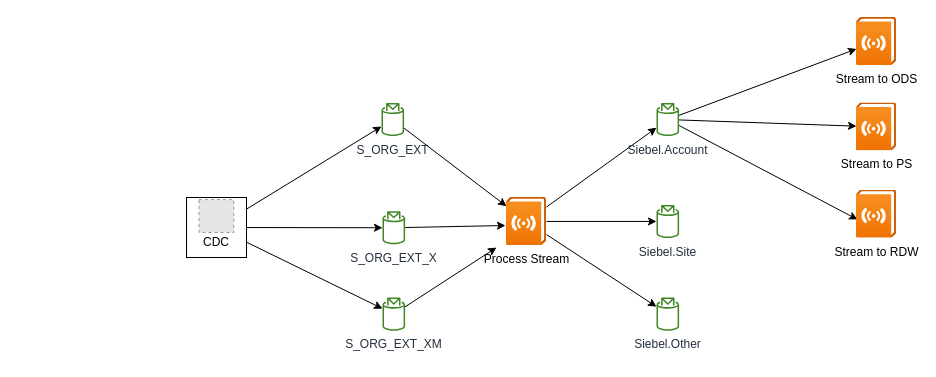
The draw.io diagram page "Page-1" (1 of 2) of kafka-realtime.drawio in leodwx/diagrams, before the edit. Source tidied: cells renumbered, new cells numbered last; positions are measured from the earlier drawing's top-left corner, leaving out a move shared by most shapes. Both pictures are drawn from the tidied source at 100%, with x=0, y=0 at pixel (186, 17). Pictures stored in the file or linked from it are replaced by grey dashed boxes.
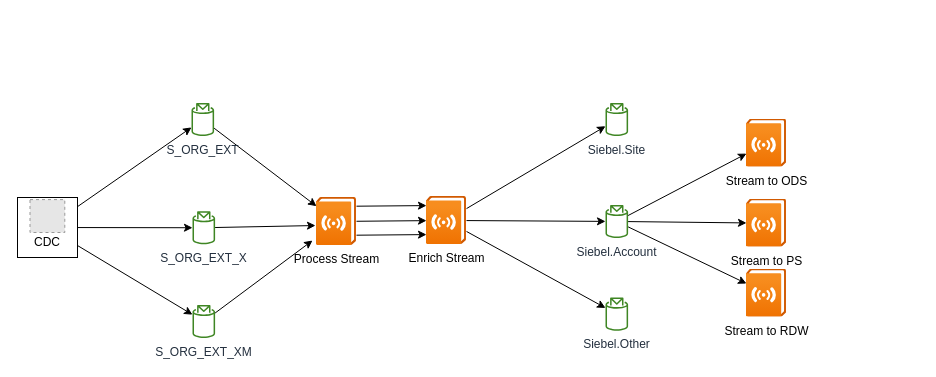
Above is the later version.

What changed in the source:
```diff
@@
-    <mxCell id="2" style="rounded=0;jettySize=auto;html=1;" parent="1" edge="1" source="5" target="9">
-      <mxGeometry relative="1" as="geometry" />
-    </mxCell>
-    <mxCell id="3" style="rounded=0;jettySize=auto;html=1;" parent="1" edge="1" source="5" target="10">
-      <mxGeometry relative="1" as="geometry" />
-    </mxCell>
-    <mxCell id="4" style="edgeStyle=none;rounded=0;jettySize=auto;html=1;" parent="1" edge="1" source="5" target="11">
-      <mxGeometry relative="1" as="geometry" />
-    </mxCell>
+    <mxCell id="27" style="edgeStyle=none;rounded=0;orthogonalLoop=1;jettySize=auto;html=1;" parent="1" edge="1">
+      <mxGeometry relative="1" as="geometry">
+        <mxPoint x="170" y="188.7" as="sourcePoint" />
+        <mxPoint x="240" y="188.1" as="targetPoint" />
+      </mxGeometry>
+    </mxCell>
+    <mxCell id="28" style="edgeStyle=none;rounded=0;orthogonalLoop=1;jettySize=auto;html=1;" parent="1" edge="1">
+      <mxGeometry relative="1" as="geometry">
+        <mxPoint x="170" y="217.7" as="sourcePoint" />
+        <mxPoint x="240" y="217.1" as="targetPoint" />
+      </mxGeometry>
+    </mxCell>
+    <mxCell id="29" style="edgeStyle=none;rounded=0;jettySize=auto;html=1;" parent="1" edge="1" source="5" target="36">
+      <mxGeometry relative="1" as="geometry" />
+    </mxCell>
     <mxCell id="5" value="Process Stream" style="html=1;points=[];align=center;image;fontSize=12;image=img/lib/azure2/general/Log_Streaming.svg;" parent="1" vertex="1">
-      <mxGeometry x="320" y="180" width="40" height="47.9" as="geometry" />
+      <mxGeometry x="130" y="180" width="40" height="47.9" as="geometry" />
     </mxCell>
-    <mxCell id="6" style="edgeStyle=none;rounded=0;jettySize=auto;html=1;" parent="1" edge="1" source="9" target="24">
-      <mxGeometry relative="1" as="geometry" />
-    </mxCell>
-    <mxCell id="7" style="edgeStyle=none;rounded=0;jettySize=auto;html=1;" parent="1" edge="1" source="9" target="25">
-      <mxGeometry relative="1" as="geometry" />
-    </mxCell>
-    <mxCell id="8" style="edgeStyle=none;rounded=0;jettySize=auto;html=1;entryX=0.025;entryY=0.612;entryDx=0;entryDy=0;entryPerimeter=0;" parent="1" edge="1" source="9" target="26">
-      <mxGeometry relative="1" as="geometry" />
-    </mxCell>
-    <mxCell id="9" value="Siebel.Account" style="sketch=0;outlineConnect=0;fontColor=#232F3E;gradientColor=none;fillColor=#3F8624;strokeColor=none;dashed=0;verticalLabelPosition=bottom;verticalAlign=top;align=center;html=1;fontSize=12;fontStyle=0;shape=mxgraph.aws4.topic_2;" parent="1" vertex="1">
-      <mxGeometry x="470" y="85.4" width="22.6" height="33.3" as="geometry" />
+    <mxCell id="9" value="Siebel.Site" style="sketch=0;outlineConnect=0;fontColor=#232F3E;gradientColor=none;fillColor=#3F8624;strokeColor=none;dashed=0;verticalLabelPosition=bottom;verticalAlign=top;align=center;html=1;fontSize=12;fontStyle=0;shape=mxgraph.aws4.topic_2;" parent="1" vertex="1">
+      <mxGeometry x="419" y="85.4" width="22.6" height="33.3" as="geometry" />
     </mxCell>
+    <mxCell id="30" style="edgeStyle=none;rounded=0;jettySize=auto;html=1;" parent="1" edge="1" source="10" target="24">
+      <mxGeometry relative="1" as="geometry" />
+    </mxCell>
+    <mxCell id="31" style="edgeStyle=none;rounded=0;jettySize=auto;html=1;" parent="1" edge="1" source="10" target="25">
+      <mxGeometry relative="1" as="geometry" />
+    </mxCell>
+    <mxCell id="32" style="edgeStyle=none;rounded=0;jettySize=auto;html=1;" parent="1" edge="1" source="10" target="26">
+      <mxGeometry relative="1" as="geometry" />
+    </mxCell>
-    <mxCell id="10" value="Siebel.Site" style="sketch=0;outlineConnect=0;fontColor=#232F3E;gradientColor=none;fillColor=#3F8624;strokeColor=none;dashed=0;verticalLabelPosition=bottom;verticalAlign=top;align=center;html=1;fontSize=12;fontStyle=0;shape=mxgraph.aws4.topic_2;" parent="1" vertex="1">
-      <mxGeometry x="470" y="187.3" width="22.6" height="33.3" as="geometry" />
+    <mxCell id="10" value="Siebel.Account" style="sketch=0;outlineConnect=0;fontColor=#232F3E;gradientColor=none;fillColor=#3F8624;strokeColor=none;dashed=0;verticalLabelPosition=bottom;verticalAlign=top;align=center;html=1;fontSize=12;fontStyle=0;shape=mxgraph.aws4.topic_2;" parent="1" vertex="1">
+      <mxGeometry x="419" y="187.3" width="22.6" height="33.3" as="geometry" />
     </mxCell>
     <mxCell id="11" value="Siebel.Other" style="sketch=0;outlineConnect=0;fontColor=#232F3E;gradientColor=none;fillColor=#3F8624;strokeColor=none;dashed=0;verticalLabelPosition=bottom;verticalAlign=top;align=center;html=1;fontSize=12;fontStyle=0;shape=mxgraph.aws4.topic_2;" parent="1" vertex="1">
-      <mxGeometry x="470" y="280" width="22.6" height="33.3" as="geometry" />
+      <mxGeometry x="419" y="280" width="22.6" height="33.3" as="geometry" />
     </mxCell>
     <mxCell id="12" style="group;" parent="1" vertex="1">
-      <mxGeometry y="180" width="60" height="60" as="geometry" />
+      <mxGeometry x="-169" y="180" width="60" height="60" as="geometry" />
     </mxCell>
@@
     <mxCell id="17" value="S_ORG_EXT" style="sketch=0;outlineConnect=0;fontColor=#232F3E;gradientColor=none;fillColor=#3F8624;strokeColor=none;dashed=0;verticalLabelPosition=bottom;verticalAlign=top;align=center;html=1;fontSize=12;fontStyle=0;shape=mxgraph.aws4.topic_2;" parent="1" vertex="1">
-      <mxGeometry x="195" y="85.4" width="22.6" height="33.3" as="geometry" />
+      <mxGeometry x="5" y="85.4" width="22.6" height="33.3" as="geometry" />
     </mxCell>
@@
     <mxCell id="19" value="S_ORG_EXT_X" style="sketch=0;outlineConnect=0;fontColor=#232F3E;gradientColor=none;fillColor=#3F8624;strokeColor=none;dashed=0;verticalLabelPosition=bottom;verticalAlign=top;align=center;html=1;fontSize=12;fontStyle=0;shape=mxgraph.aws4.topic_2;" parent="1" vertex="1">
-      <mxGeometry x="196" y="193.6" width="22.6" height="33.3" as="geometry" />
+      <mxGeometry x="6" y="193.6" width="22.6" height="33.3" as="geometry" />
     </mxCell>
-    <mxCell id="20" style="edgeStyle=none;rounded=0;jettySize=auto;html=1;" parent="1" edge="1" source="21">
-      <mxGeometry relative="1" as="geometry">
-        <mxPoint x="310" y="230" as="targetPoint" />
-      </mxGeometry>
+    <mxCell id="20" style="edgeStyle=none;rounded=0;jettySize=auto;html=1;entryX=-0.1;entryY=0.898;entryDx=0;entryDy=0;entryPerimeter=0;" parent="1" edge="1" source="21" target="5">
+      <mxGeometry relative="1" as="geometry" />
     </mxCell>
     <mxCell id="21" value="S_ORG_EXT_XM" style="sketch=0;outlineConnect=0;fontColor=#232F3E;gradientColor=none;fillColor=#3F8624;strokeColor=none;dashed=0;verticalLabelPosition=bottom;verticalAlign=top;align=center;html=1;fontSize=12;fontStyle=0;shape=mxgraph.aws4.topic_2;" parent="1" vertex="1">
-      <mxGeometry x="196" y="280" width="22.6" height="33.3" as="geometry" />
+      <mxGeometry x="6" y="287.3" width="22.6" height="33.3" as="geometry" />
     </mxCell>
@@
     <mxCell id="24" value="Stream to ODS" style="html=1;points=[];align=center;image;fontSize=12;image=img/lib/azure2/general/Log_Streaming.svg;" parent="1" vertex="1">
-      <mxGeometry x="670" width="40" height="47.9" as="geometry" />
+      <mxGeometry x="560" y="101.7" width="40" height="47.9" as="geometry" />
     </mxCell>
     <mxCell id="25" value="Stream to PS" style="html=1;points=[];align=center;image;fontSize=12;image=img/lib/azure2/general/Log_Streaming.svg;" parent="1" vertex="1">
-      <mxGeometry x="670" y="85.4" width="40" height="47.9" as="geometry" />
+      <mxGeometry x="560" y="181.7" width="40" height="47.9" as="geometry" />
     </mxCell>
     <mxCell id="26" value="Stream to RDW" style="html=1;points=[];align=center;image;fontSize=12;image=img/lib/azure2/general/Log_Streaming.svg;" parent="1" vertex="1">
-      <mxGeometry x="670" y="172.7" width="40" height="47.9" as="geometry" />
+      <mxGeometry x="560" y="251.7" width="40" height="47.9" as="geometry" />
     </mxCell>
+    <mxCell id="33" style="edgeStyle=none;rounded=0;jettySize=auto;html=1;" parent="1" edge="1" source="36" target="9">
+      <mxGeometry relative="1" as="geometry" />
+    </mxCell>
+    <mxCell id="34" style="edgeStyle=none;rounded=0;jettySize=auto;html=1;" parent="1" edge="1" source="36" target="10">
+      <mxGeometry relative="1" as="geometry" />
+    </mxCell>
+    <mxCell id="35" style="edgeStyle=none;rounded=0;jettySize=auto;html=1;" parent="1" edge="1" source="36" target="11">
+      <mxGeometry relative="1" as="geometry" />
+    </mxCell>
+    <mxCell id="36" value="Enrich Stream" style="html=1;points=[];align=center;image;fontSize=12;image=img/lib/azure2/general/Log_Streaming.svg;" parent="1" vertex="1">
+      <mxGeometry x="240" y="179" width="40" height="47.9" as="geometry" />
+    </mxCell>
```
